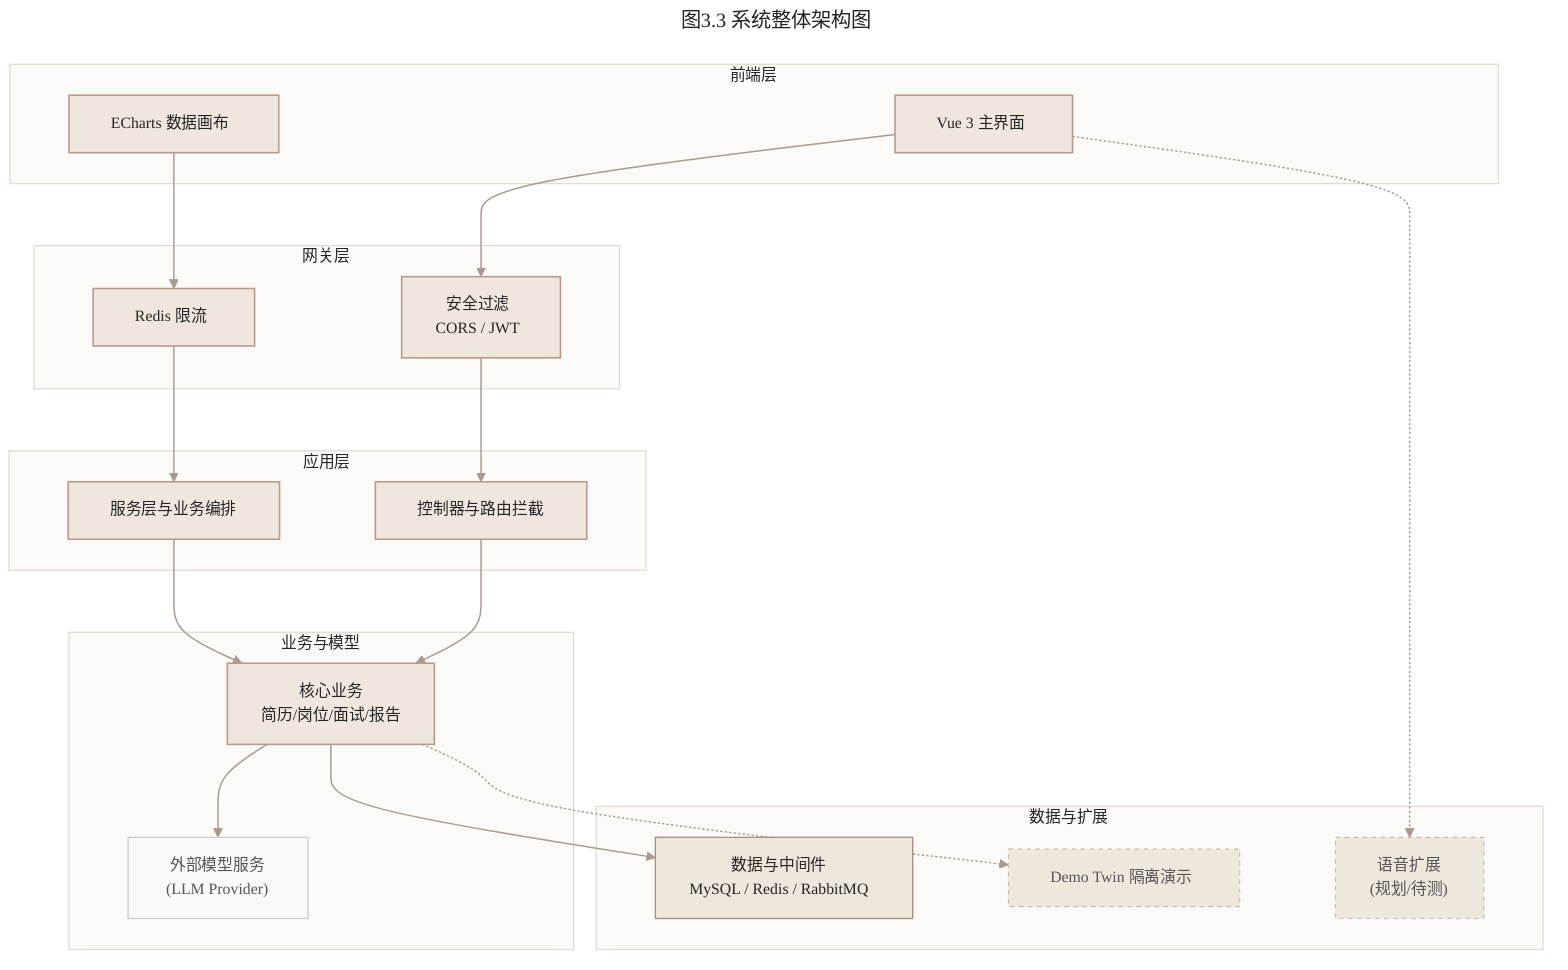
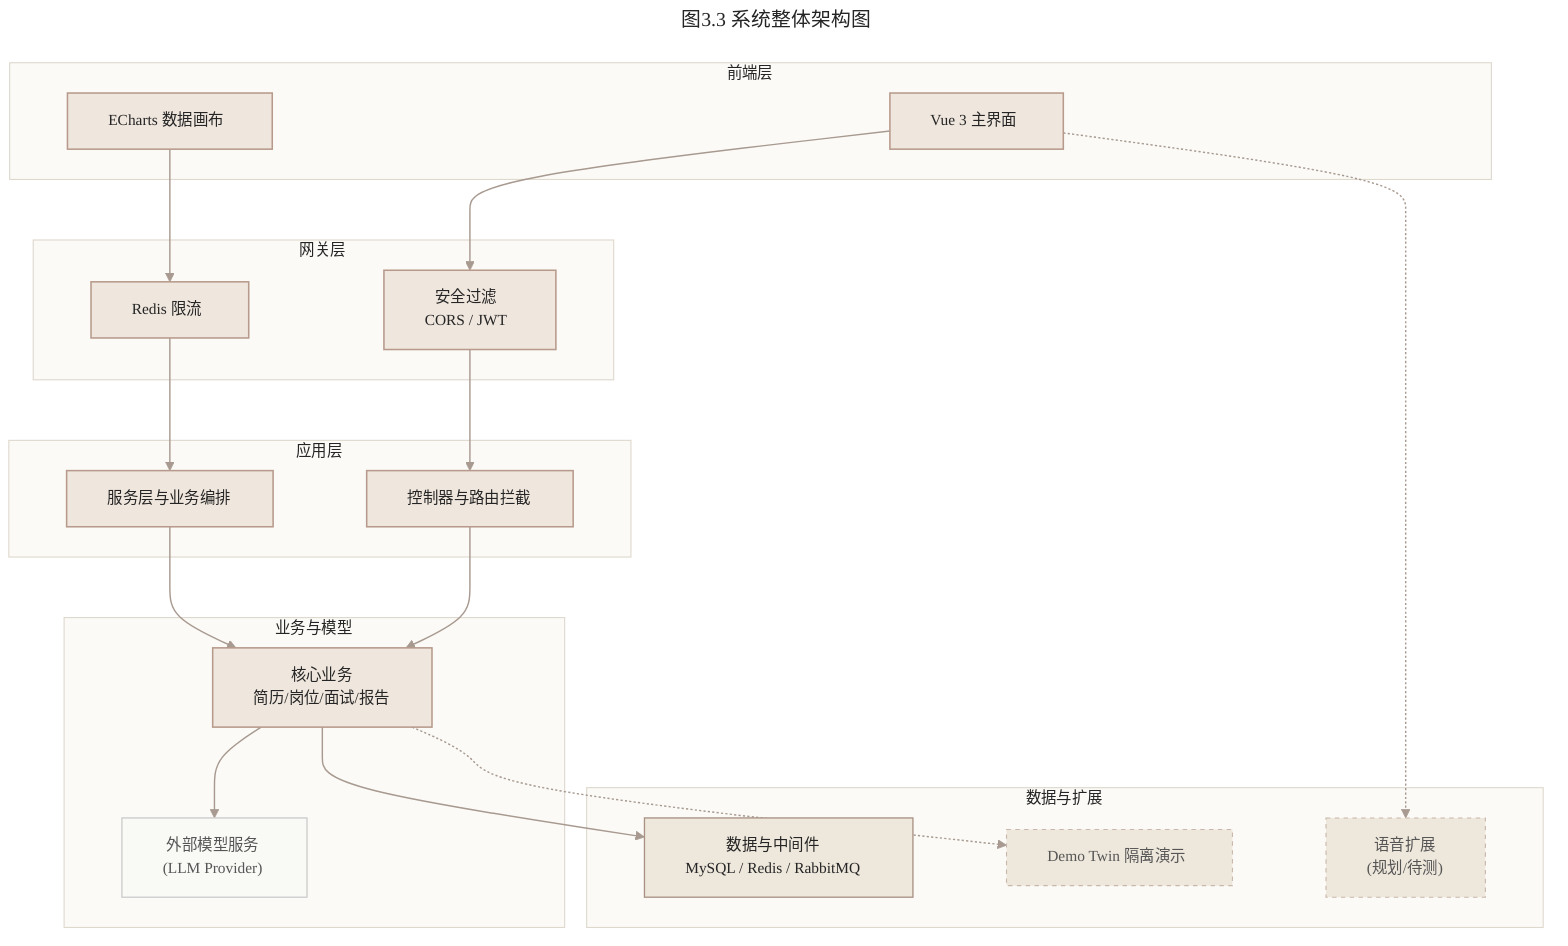
---
title: 图3.3 系统整体架构图
---
%%{init: {
  "theme": "base",
  "themeVariables": {
    "background": "#FAF8F2",
    "primaryColor": "#EFE6DD",
    "primaryBorderColor": "#B79A8B",
    "primaryTextColor": "#252525",
    "lineColor": "#A89A90",
    "secondaryColor": "#F6F0E8",
    "tertiaryColor": "#FBFAF6",
    "fontFamily": "system-ui, -apple-system, \"Microsoft YaHei\", sans-serif",
    "fontSize": "14px",
    "nodePadding": "15px"
  },
  "flowchart": {
    "nodeSpacing": 85,
    "rankSpacing": 55
  }
}}%%
flowchart TB
  subgraph Layer1[" &nbsp; 前端层 &nbsp; "]
    fe_web[" &nbsp; Vue 3 主界面 &nbsp; "]
    fe_charts[" &nbsp; ECharts 数据画布 &nbsp; "]
  end

  subgraph Layer2[" &nbsp; 网关层 &nbsp; "]
-     gate_sec[" &nbsp; 安全过滤 &nbsp; <br/>CORS / JWT "]
+     gate_sec[" &nbsp; 安全过滤 &nbsp; <br/> &nbsp; CORS / JWT &nbsp; "]
    gate_limit[" &nbsp; Redis 限流 &nbsp; "]
  end

  subgraph Layer3[" &nbsp; 应用层 &nbsp; "]
    app_ctrl[" &nbsp; 控制器与路由拦截 &nbsp; "]
    app_orche[" &nbsp; 服务层与业务编排 &nbsp; "]
  end

  subgraph Layer4[" &nbsp; 业务与模型 &nbsp; "]
-     core[" &nbsp; 核心业务 &nbsp; <br/>简历/岗位/面试/报告 "]
-     llm[" &nbsp; 外部模型服务 &nbsp; <br/>(LLM Provider) "]
+     core[" &nbsp; 核心业务 &nbsp; <br/> &nbsp; 简历/岗位/面试/报告 &nbsp; "]
+     llm[" &nbsp; 外部模型服务 &nbsp; <br/> &nbsp; (LLM Provider) &nbsp; "]
  end

  subgraph Layer5[" &nbsp; 数据与扩展 &nbsp; "]
-     data[" &nbsp; 数据与中间件 &nbsp; <br/>MySQL / Redis / RabbitMQ "]
+     data[" &nbsp; 数据与中间件 &nbsp; <br/> &nbsp; MySQL / Redis / RabbitMQ &nbsp; "]
    demo[" &nbsp; Demo Twin 隔离演示 &nbsp; "]
-     voice[" &nbsp; 语音扩展 &nbsp; <br/>(规划/待测) "]
+     voice[" &nbsp; 语音扩展 &nbsp; <br/> &nbsp; (规划/待测) &nbsp; "]
  end

  fe_web --> gate_sec
  fe_charts --> gate_limit

  gate_sec --> app_ctrl
  gate_limit --> app_orche

  app_ctrl --> core
  app_orche --> core

  core --> llm
  core --> data
  core -.-> demo
  fe_web -.-> voice

  classDef layer fill:#FBFAF6,stroke:#DED8CD,color:#252525
  classDef main fill:#EFE6DD,stroke:#B79A8B,stroke-width:1.4px,color:#252525
  classDef store fill:#EEE7DC,stroke:#A89183,stroke-width:1.2px,color:#252525
  classDef ext fill:#F9F9F6,stroke:#CCCCCC,stroke-width:1.2px,color:#555555
  classDef plan fill:#EEE7DC,stroke:#C8B7AA,stroke-dasharray: 4 4,color:#555555

  class Layer1,Layer2,Layer3,Layer4,Layer5 layer
  class fe_web,fe_charts,gate_sec,gate_limit,app_ctrl,app_orche,core main
  class data store
  class llm ext
  class demo,voice plan
  linkStyle default stroke:#A89A90,stroke-width:1.3px
